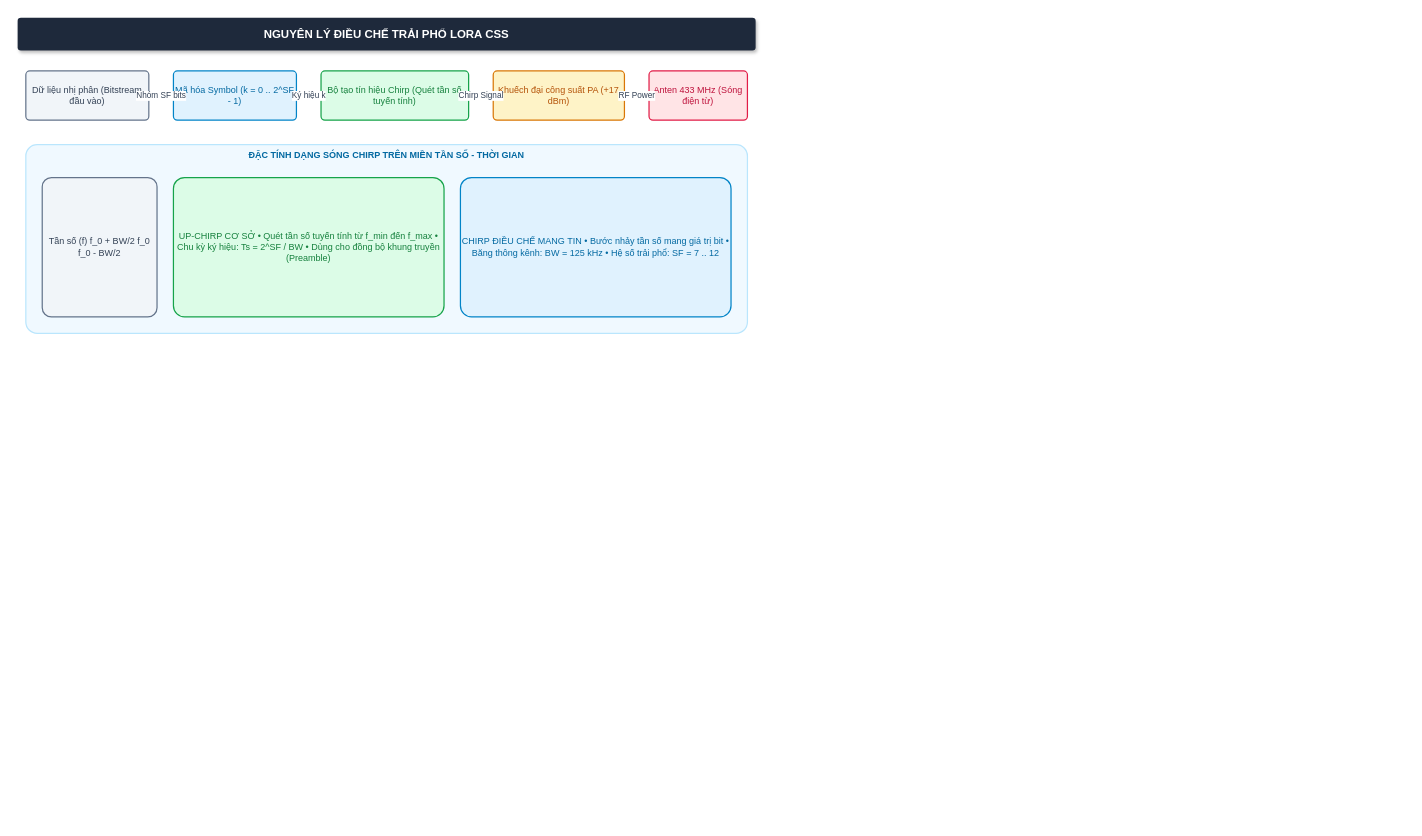
Before: docs/figs/02_nguyen_ly_dieu_che_lora_css.drawio in Brauuwu/LoRa_TinyML_Hopping, a draw.io diagram. Source tidied: cells renumbered, new cells numbered last; positions are measured from the earlier drawing's top-left corner, leaving out a move shared by most shapes. Both pictures are drawn from the tidied source at 82%, with x=0, y=0 at pixel (17, 17).
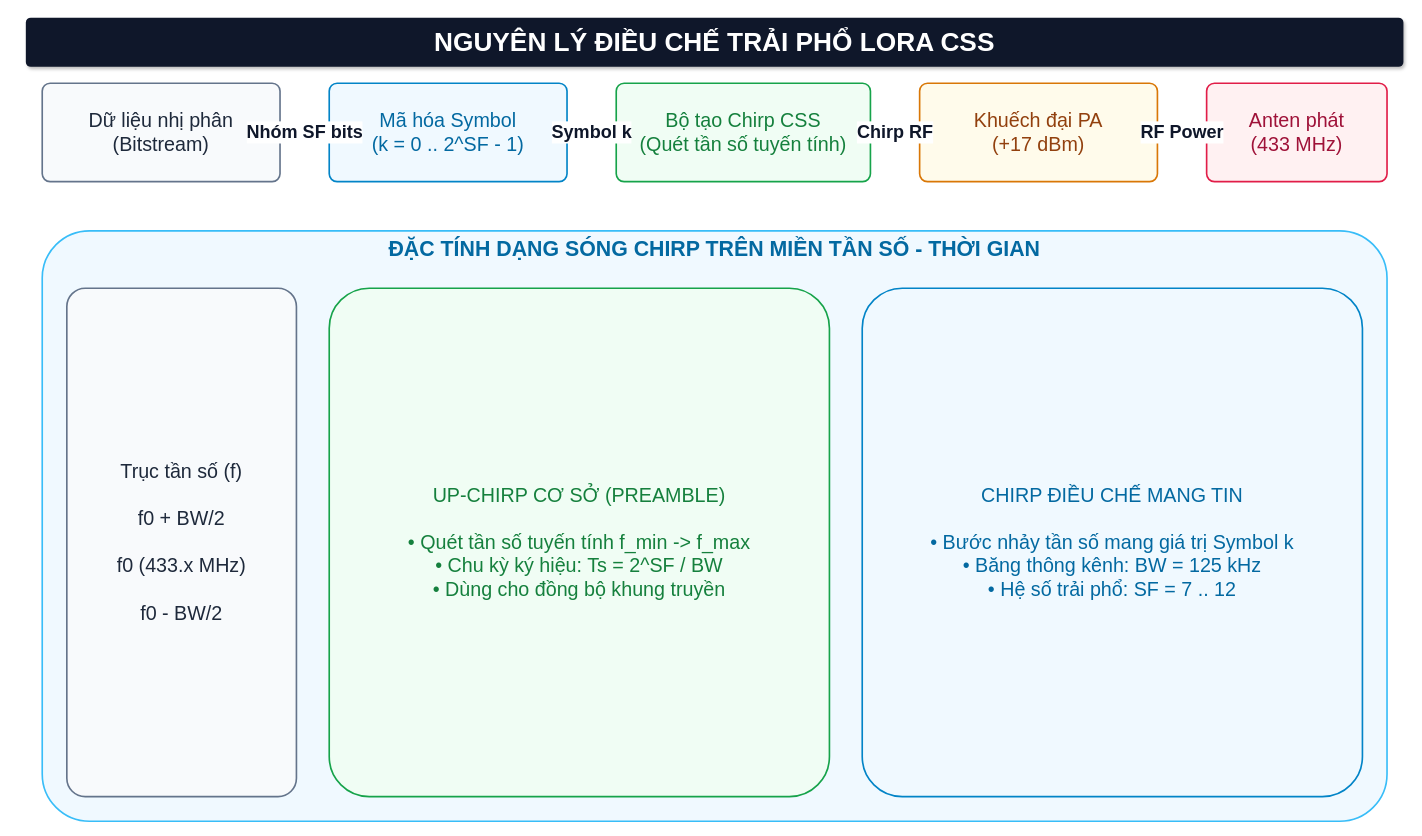
After the change.

What changed in the source:
```diff
@@
 <mxGraphModel background="#ffffff">
   <root>
     <mxCell id="0" />
     <mxCell id="1" parent="0" />
-    <mxCell id="2" value="NGUYÊN LÝ ĐIỀU CHẾ TRẢI PHỔ LORA CSS" style="rounded=1;whiteSpace=wrap;html=1;fillColor=#1e293b;strokeColor=none;fontColor=#ffffff;fontStyle=1;fontSize=14;shadow=1;arcSize=10;" parent="1" vertex="1">
-      <mxGeometry width="900" height="40" as="geometry" />
+    <mxCell id="2" value="NGUYÊN LÝ ĐIỀU CHẾ TRẢI PHỔ LORA CSS" style="rounded=1;whiteSpace=wrap;html=1;fillColor=#0f172a;strokeColor=none;fontColor=#ffffff;fontStyle=1;fontSize=32;shadow=1;arcSize=10;fontFamily=Helvetica;" parent="1" vertex="1">
+      <mxGeometry x="10" width="1680" height="60" as="geometry" />
     </mxCell>
-    <mxCell id="3" value="Dữ liệu nhị phân (Bitstream đầu vào)" style="rounded=1;whiteSpace=wrap;html=1;fillColor=#f1f5f9;strokeColor=#64748b;strokeWidth=1.5;fontColor=#334155;fontSize=11;arcSize=8;" parent="1" vertex="1">
-      <mxGeometry x="10" y="65" width="150" height="60" as="geometry" />
+    <mxCell id="3" value="Dữ liệu nhị phân&#10;(Bitstream)" style="rounded=1;whiteSpace=wrap;html=1;fillColor=#f8fafc;strokeColor=#64748b;strokeWidth=2;fontColor=#1e293b;fontSize=24;arcSize=8;fontFamily=Helvetica;" parent="1" vertex="1">
+      <mxGeometry x="30" y="80" width="290" height="120" as="geometry" />
     </mxCell>
-    <mxCell id="4" value="Mã hóa Symbol (k = 0 .. 2^SF - 1)" style="rounded=1;whiteSpace=wrap;html=1;fillColor=#e0f2fe;strokeColor=#0284c7;strokeWidth=1.5;fontColor=#0369a1;fontSize=11;arcSize=8;" parent="1" vertex="1">
-      <mxGeometry x="190" y="65" width="150" height="60" as="geometry" />
+    <mxCell id="4" value="Mã hóa Symbol&#10;(k = 0 .. 2^SF - 1)" style="rounded=1;whiteSpace=wrap;html=1;fillColor=#f0f9ff;strokeColor=#0284c7;strokeWidth=2;fontColor=#0369a1;fontSize=24;arcSize=8;fontFamily=Helvetica;" parent="1" vertex="1">
+      <mxGeometry x="380" y="80" width="290" height="120" as="geometry" />
     </mxCell>
-    <mxCell id="5" value="Bộ tạo tín hiệu Chirp (Quét tần số tuyến tính)" style="rounded=1;whiteSpace=wrap;html=1;fillColor=#dcfce7;strokeColor=#16a34a;strokeWidth=1.5;fontColor=#15803d;fontSize=11;arcSize=8;" parent="1" vertex="1">
-      <mxGeometry x="370" y="65" width="180" height="60" as="geometry" />
+    <mxCell id="5" value="Bộ tạo Chirp CSS&#10;(Quét tần số tuyến tính)" style="rounded=1;whiteSpace=wrap;html=1;fillColor=#f0fdf4;strokeColor=#16a34a;strokeWidth=2;fontColor=#15803d;fontSize=24;arcSize=8;fontFamily=Helvetica;" parent="1" vertex="1">
+      <mxGeometry x="730" y="80" width="310" height="120" as="geometry" />
     </mxCell>
-    <mxCell id="6" value="Khuếch đại công suất PA (+17 dBm)" style="rounded=1;whiteSpace=wrap;html=1;fillColor=#fef3c7;strokeColor=#d97706;strokeWidth=1.5;fontColor=#b45309;fontSize=11;arcSize=8;" parent="1" vertex="1">
-      <mxGeometry x="580" y="65" width="160" height="60" as="geometry" />
+    <mxCell id="6" value="Khuếch đại PA&#10;(+17 dBm)" style="rounded=1;whiteSpace=wrap;html=1;fillColor=#fffbeb;strokeColor=#d97706;strokeWidth=2;fontColor=#92400e;fontSize=24;arcSize=8;fontFamily=Helvetica;" parent="1" vertex="1">
+      <mxGeometry x="1100" y="80" width="290" height="120" as="geometry" />
     </mxCell>
-    <mxCell id="7" value="Anten 433 MHz (Sóng điện từ)" style="rounded=1;whiteSpace=wrap;html=1;fillColor=#ffe4e6;strokeColor=#e11d48;strokeWidth=1.5;fontColor=#be123c;fontSize=11;arcSize=8;" parent="1" vertex="1">
-      <mxGeometry x="770" y="65" width="120" height="60" as="geometry" />
+    <mxCell id="7" value="Anten phát&#10;(433 MHz)" style="rounded=1;whiteSpace=wrap;html=1;fillColor=#fff1f2;strokeColor=#e11d48;strokeWidth=2;fontColor=#9f1239;fontSize=24;arcSize=8;fontFamily=Helvetica;" parent="1" vertex="1">
+      <mxGeometry x="1450" y="80" width="220" height="120" as="geometry" />
     </mxCell>
-    <mxCell id="8" value="Nhóm SF bits" style="edgeStyle=orthogonalEdgeStyle;rounded=1;jettySize=auto;html=1;strokeColor=#475569;strokeWidth=1.8;endArrow=block;endFill=1;fontColor=#334155;fontSize=10;" parent="1" edge="1" source="3" target="4">
+    <mxCell id="8" value="Nhóm SF bits" style="edgeStyle=orthogonalEdgeStyle;rounded=1;jettySize=auto;html=1;strokeColor=#0f172a;strokeWidth=2.5;endArrow=block;endFill=1;fontColor=#0f172a;fontSize=22;fontStyle=1;fontFamily=Helvetica;" parent="1" edge="1" source="3" target="4">
       <mxGeometry relative="1" as="geometry" />
     </mxCell>
-    <mxCell id="9" value="Ký hiệu k" style="edgeStyle=orthogonalEdgeStyle;rounded=1;jettySize=auto;html=1;strokeColor=#475569;strokeWidth=1.8;endArrow=block;endFill=1;fontColor=#334155;fontSize=10;" parent="1" edge="1" source="4" target="5">
+    <mxCell id="9" value="Symbol k" style="edgeStyle=orthogonalEdgeStyle;rounded=1;jettySize=auto;html=1;strokeColor=#0f172a;strokeWidth=2.5;endArrow=block;endFill=1;fontColor=#0f172a;fontSize=22;fontStyle=1;fontFamily=Helvetica;" parent="1" edge="1" source="4" target="5">
       <mxGeometry relative="1" as="geometry" />
     </mxCell>
-    <mxCell id="10" value="Chirp Signal" style="edgeStyle=orthogonalEdgeStyle;rounded=1;jettySize=auto;html=1;strokeColor=#475569;strokeWidth=1.8;endArrow=block;endFill=1;fontColor=#334155;fontSize=10;" parent="1" edge="1" source="5" target="6">
+    <mxCell id="10" value="Chirp RF" style="edgeStyle=orthogonalEdgeStyle;rounded=1;jettySize=auto;html=1;strokeColor=#0f172a;strokeWidth=2.5;endArrow=block;endFill=1;fontColor=#0f172a;fontSize=22;fontStyle=1;fontFamily=Helvetica;" parent="1" edge="1" source="5" target="6">
       <mxGeometry relative="1" as="geometry" />
     </mxCell>
-    <mxCell id="11" value="RF Power" style="edgeStyle=orthogonalEdgeStyle;rounded=1;jettySize=auto;html=1;strokeColor=#475569;strokeWidth=1.8;endArrow=block;endFill=1;fontColor=#334155;fontSize=10;" parent="1" edge="1" source="6" target="7">
+    <mxCell id="11" value="RF Power" style="edgeStyle=orthogonalEdgeStyle;rounded=1;jettySize=auto;html=1;strokeColor=#0f172a;strokeWidth=2.5;endArrow=block;endFill=1;fontColor=#0f172a;fontSize=22;fontStyle=1;fontFamily=Helvetica;" parent="1" edge="1" source="6" target="7">
       <mxGeometry relative="1" as="geometry" />
     </mxCell>
-    <mxCell id="12" value="ĐẶC TÍNH DẠNG SÓNG CHIRP TRÊN MIỀN TẦN SỐ - THỜI GIAN" style="rounded=1;whiteSpace=wrap;html=1;fillColor=#f0f9ff;strokeColor=#bae6fd;strokeWidth=1.5;verticalAlign=top;fontStyle=1;fontSize=11;fontColor=#0369a1;arcSize=6;" parent="1" vertex="1">
-      <mxGeometry x="10" y="155" width="880" height="230" as="geometry" />
+    <mxCell id="12" value="ĐẶC TÍNH DẠNG SÓNG CHIRP TRÊN MIỀN TẦN SỐ - THỜI GIAN" style="rounded=1;whiteSpace=wrap;html=1;fillColor=#f0f9ff;strokeColor=#38bdf8;strokeWidth=2;verticalAlign=top;fontStyle=1;fontSize=26;fontColor=#0369a1;arcSize=8;fontFamily=Helvetica;" parent="1" vertex="1">
+      <mxGeometry x="30" y="260" width="1640" height="720" as="geometry" />
     </mxCell>
-    <mxCell id="13" value="Tần số (f)  f_0 + BW/2  f_0  f_0 - BW/2" style="rounded=1;whiteSpace=wrap;html=1;fillColor=#f1f5f9;strokeColor=#64748b;strokeWidth=1.5;fontColor=#334155;fontSize=11;arcSize=8;" parent="1" vertex="1">
-      <mxGeometry x="30" y="195" width="140" height="170" as="geometry" />
+    <mxCell id="13" value="Trục tần số (f)&#10;&#10;f0 + BW/2&#10;&#10;f0 (433.x MHz)&#10;&#10;f0 - BW/2" style="rounded=1;whiteSpace=wrap;html=1;fillColor=#f8fafc;strokeColor=#64748b;strokeWidth=2;fontColor=#1e293b;fontSize=24;arcSize=8;fontFamily=Helvetica;" parent="1" vertex="1">
+      <mxGeometry x="60" y="330" width="280" height="620" as="geometry" />
     </mxCell>
-    <mxCell id="14" value="UP-CHIRP CƠ SỞ  • Quét tần số tuyến tính từ f_min đến f_max • Chu kỳ ký hiệu: Ts = 2^SF / BW • Dùng cho đồng bộ khung truyền (Preamble)" style="rounded=1;whiteSpace=wrap;html=1;fillColor=#dcfce7;strokeColor=#16a34a;strokeWidth=1.5;fontColor=#15803d;fontSize=11;arcSize=8;" parent="1" vertex="1">
-      <mxGeometry x="190" y="195" width="330" height="170" as="geometry" />
+    <mxCell id="14" value="UP-CHIRP CƠ SỞ (PREAMBLE)&#10;&#10;• Quét tần số tuyến tính f_min -&gt; f_max&#10;• Chu kỳ ký hiệu: Ts = 2^SF / BW&#10;• Dùng cho đồng bộ khung truyền" style="rounded=1;whiteSpace=wrap;html=1;fillColor=#f0fdf4;strokeColor=#16a34a;strokeWidth=2;fontColor=#15803d;fontSize=24;arcSize=8;fontFamily=Helvetica;" parent="1" vertex="1">
+      <mxGeometry x="380" y="330" width="610" height="620" as="geometry" />
     </mxCell>
-    <mxCell id="15" value="CHIRP ĐIỀU CHẾ MANG TIN  • Bước nhảy tần số mang giá trị bit • Băng thông kênh: BW = 125 kHz • Hệ số trải phổ: SF = 7 .. 12" style="rounded=1;whiteSpace=wrap;html=1;fillColor=#e0f2fe;strokeColor=#0284c7;strokeWidth=1.5;fontColor=#0369a1;fontSize=11;arcSize=8;" parent="1" vertex="1">
-      <mxGeometry x="540" y="195" width="330" height="170" as="geometry" />
+    <mxCell id="15" value="CHIRP ĐIỀU CHẾ MANG TIN&#10;&#10;• Bước nhảy tần số mang giá trị Symbol k&#10;• Băng thông kênh: BW = 125 kHz&#10;• Hệ số trải phổ: SF = 7 .. 12" style="rounded=1;whiteSpace=wrap;html=1;fillColor=#f0f9ff;strokeColor=#0284c7;strokeWidth=2;fontColor=#0369a1;fontSize=24;arcSize=8;fontFamily=Helvetica;" parent="1" vertex="1">
+      <mxGeometry x="1030" y="330" width="610" height="620" as="geometry" />
     </mxCell>
   </root>
 </mxGraphModel>
```
